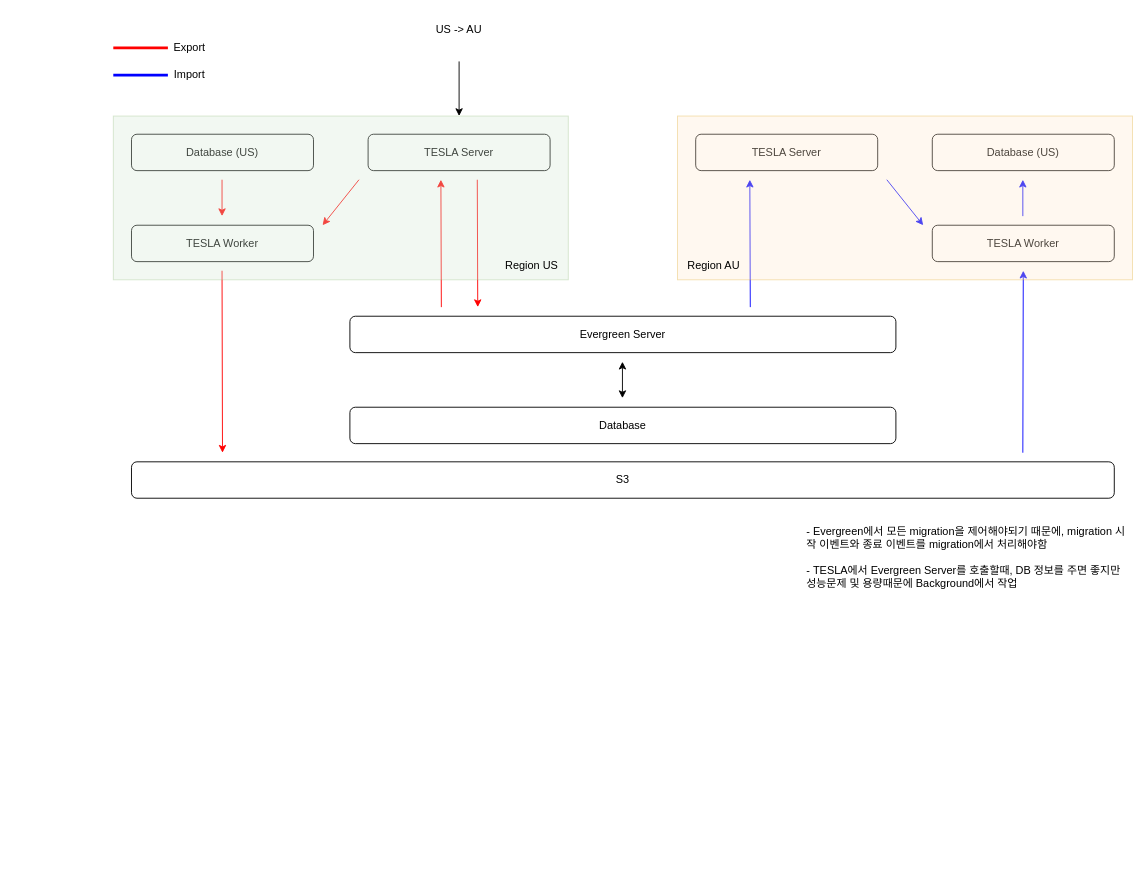
This is cupix.drawio from minhob38/drawio, a draw.io file, before an edit. Source tidied: cells renumbered, new cells numbered last; positions are measured from the earlier drawing's top-left corner, leaving out a move shared by most shapes. Both pictures are drawn from the tidied source at 91%, with x=0, y=0 at pixel (113, 15).
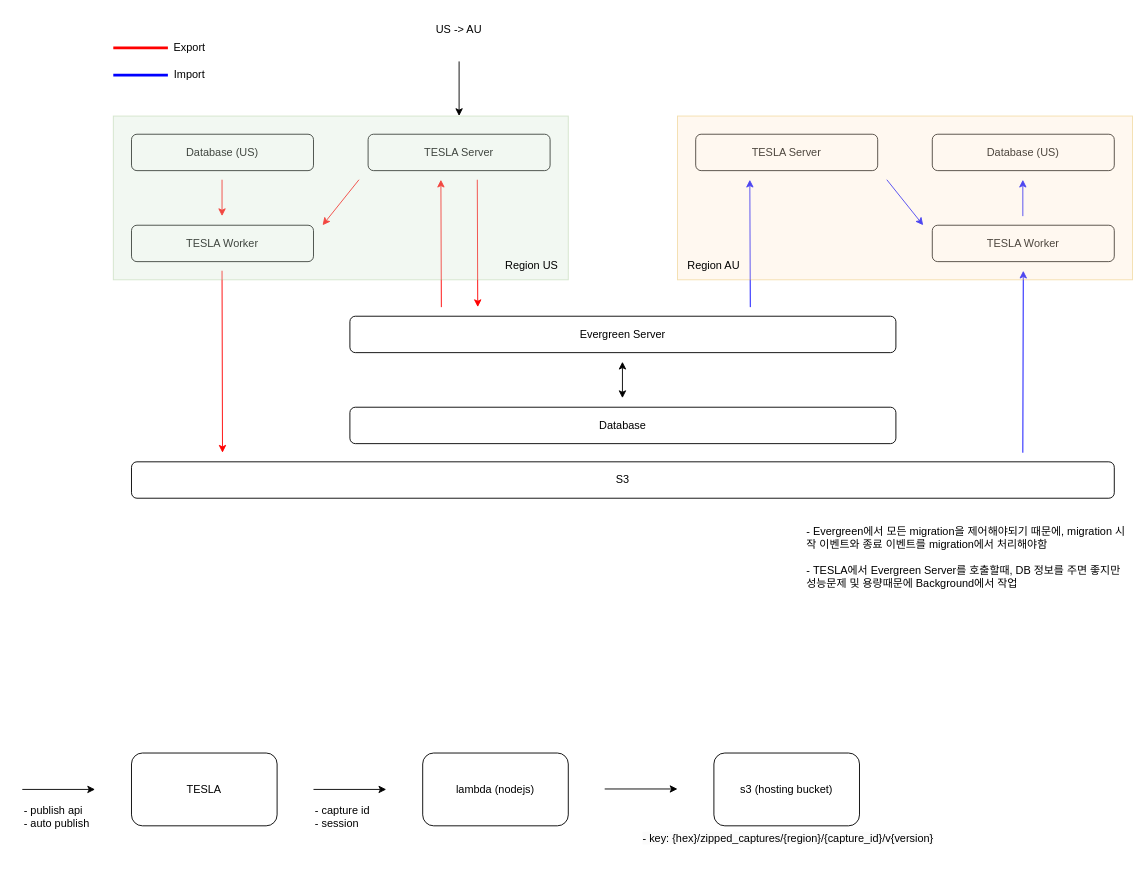
After the change.

The edit, as a diff of the source:
```diff
@@
+    <mxCell id="32" value="TESLA" style="rounded=1;whiteSpace=wrap;html=1;" parent="1" vertex="1">
+      <mxGeometry x="20" y="810" width="160" height="80" as="geometry" />
+    </mxCell>
+    <mxCell id="33" style="endArrow=classic;html=1;rounded=0;" parent="1" edge="1">
+      <mxGeometry relative="1" as="geometry">
+        <mxPoint x="220" y="850" as="sourcePoint" />
+        <mxPoint x="300" y="850" as="targetPoint" />
+      </mxGeometry>
+    </mxCell>
+    <mxCell id="34" value="lambda (nodejs)" style="rounded=1;whiteSpace=wrap;html=1;" parent="1" vertex="1">
+      <mxGeometry x="340" y="810" width="160" height="80" as="geometry" />
+    </mxCell>
+    <mxCell id="35" value="&lt;div style=&quot;&quot;&gt;&lt;span style=&quot;background-color: initial;&quot;&gt;s3 (&lt;/span&gt;&lt;span style=&quot;background-color: initial;&quot;&gt;hosting bucket)&lt;/span&gt;&lt;/div&gt;" style="rounded=1;whiteSpace=wrap;html=1;align=center;" parent="1" vertex="1">
+      <mxGeometry x="660" y="810" width="160" height="80" as="geometry" />
+    </mxCell>
+    <mxCell id="36" value="&lt;span style=&quot;color: rgb(0, 0, 0); font-family: Helvetica; font-size: 12px; font-style: normal; font-variant-ligatures: normal; font-variant-caps: normal; font-weight: 400; letter-spacing: normal; orphans: 2; text-align: left; text-indent: 0px; text-transform: none; widows: 2; word-spacing: 0px; -webkit-text-stroke-width: 0px; white-space: normal; background-color: rgb(251, 251, 251); text-decoration-thickness: initial; text-decoration-style: initial; text-decoration-color: initial; display: inline !important; float: none;&quot;&gt;- key: {hex}/zipped_captures/{region}/{capture_id}/v{version}&lt;/span&gt;" style="text;whiteSpace=wrap;html=1;" parent="1" vertex="1">
+      <mxGeometry x="580" y="890" width="350" height="40" as="geometry" />
+    </mxCell>
+    <mxCell id="37" value="- publish api&lt;div&gt;- auto publish&lt;/div&gt;" style="text;whiteSpace=wrap;html=1;" parent="1" vertex="1">
+      <mxGeometry x="-100" y="860" width="80" height="40" as="geometry" />
+    </mxCell>
+    <mxCell id="38" style="endArrow=classic;html=1;rounded=0;" parent="1" edge="1">
+      <mxGeometry relative="1" as="geometry">
+        <mxPoint x="540" y="849.5" as="sourcePoint" />
+        <mxPoint x="620" y="849.5" as="targetPoint" />
+      </mxGeometry>
+    </mxCell>
+    <mxCell id="39" value="- capture id&lt;br&gt;- session" style="text;whiteSpace=wrap;html=1;" parent="1" vertex="1">
+      <mxGeometry x="220" y="860" width="80" height="40" as="geometry" />
+    </mxCell>
+    <mxCell id="40" style="endArrow=classic;html=1;rounded=0;" parent="1" edge="1">
+      <mxGeometry relative="1" as="geometry">
+        <mxPoint x="-100" y="850" as="sourcePoint" />
+        <mxPoint x="-20" y="850" as="targetPoint" />
+      </mxGeometry>
+    </mxCell>
```
